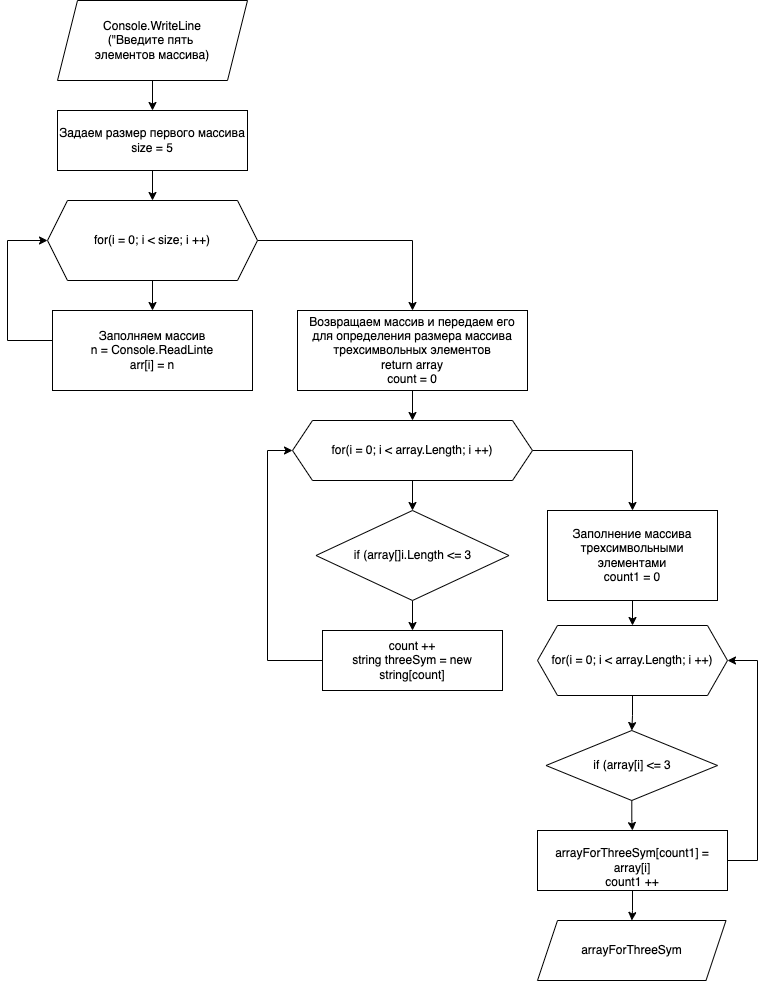
Georg-geekbrains/final-control-works keeps this draw.io diagram as алгоритм решение задачи.png. Above is the earlier version. Source tidied: cells renumbered, new cells last; positions are measured from the earlier drawing's top-left corner, leaving out a move shared by most shapes.
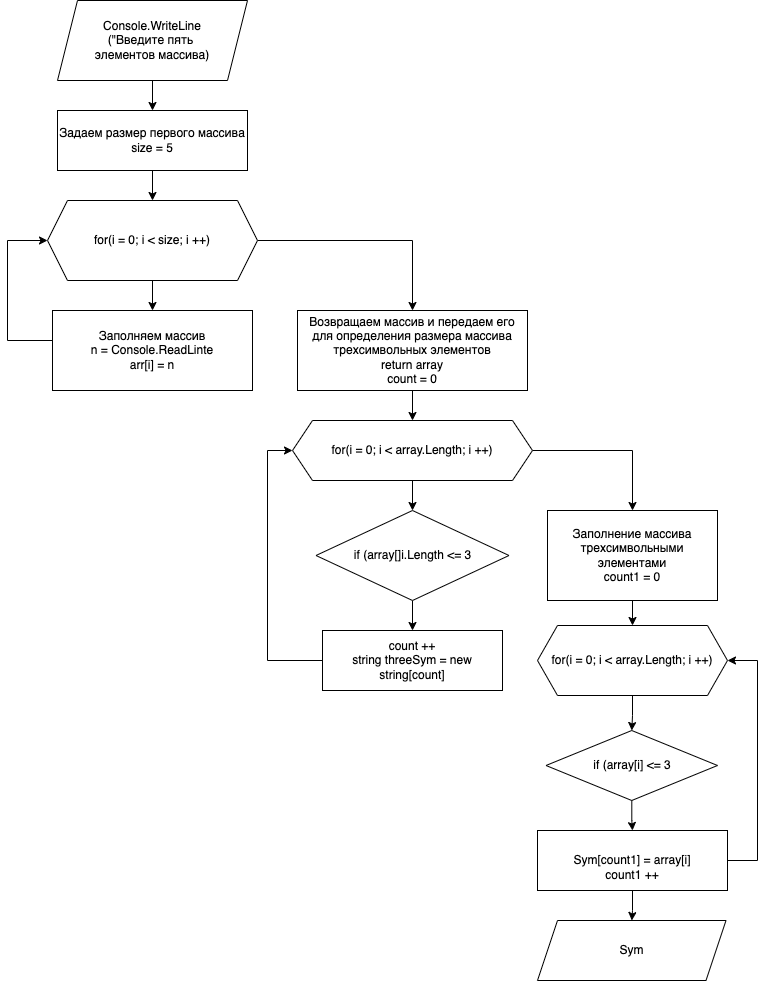
The same diagram one commit later.

Diff of the diagram source:
```diff
@@ -95,10 +95,10 @@
         </Array>
       </mxGeometry>
     </mxCell>
-    <mxCell id="28" value="&lt;br&gt;arrayForThreeSym[count1] = array[i]&lt;br&gt;count1 ++" style="rounded=0;whiteSpace=wrap;html=1;" parent="1" vertex="1">
+    <mxCell id="28" value="&lt;br&gt;Sym[count1] = array[i]&lt;br&gt;count1 ++" style="rounded=0;whiteSpace=wrap;html=1;" parent="1" vertex="1">
       <mxGeometry x="530" y="830" width="190" height="60" as="geometry" />
     </mxCell>
-    <mxCell id="29" value="arrayForThreeSym" style="shape=parallelogram;perimeter=parallelogramPerimeter;whiteSpace=wrap;html=1;fixedSize=1;" parent="1" vertex="1">
+    <mxCell id="29" value="Sym" style="shape=parallelogram;perimeter=parallelogramPerimeter;whiteSpace=wrap;html=1;fixedSize=1;" parent="1" vertex="1">
       <mxGeometry x="530" y="920" width="188.5" height="60" as="geometry" />
     </mxCell>
   </root>
```
